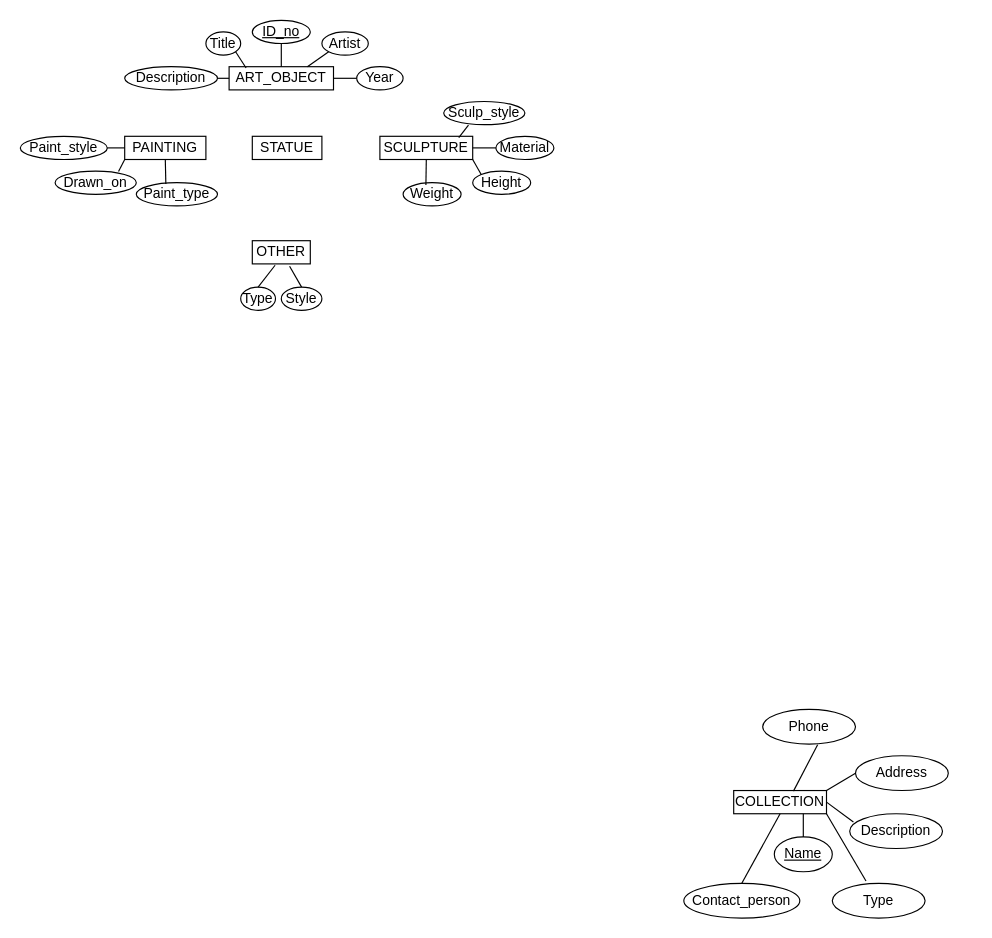
Before: .github/Untitled Diagram.drawio in Maan-Khedr-ENSF-300/museum-project-chantae-katherine, a draw.io diagram. Source tidied: cells renumbered, new cells numbered last; positions are measured from the earlier drawing's top-left corner, leaving out a move shared by most shapes. Both pictures are drawn from the tidied source at 116%, with x=0, y=0 at pixel (20, 20).
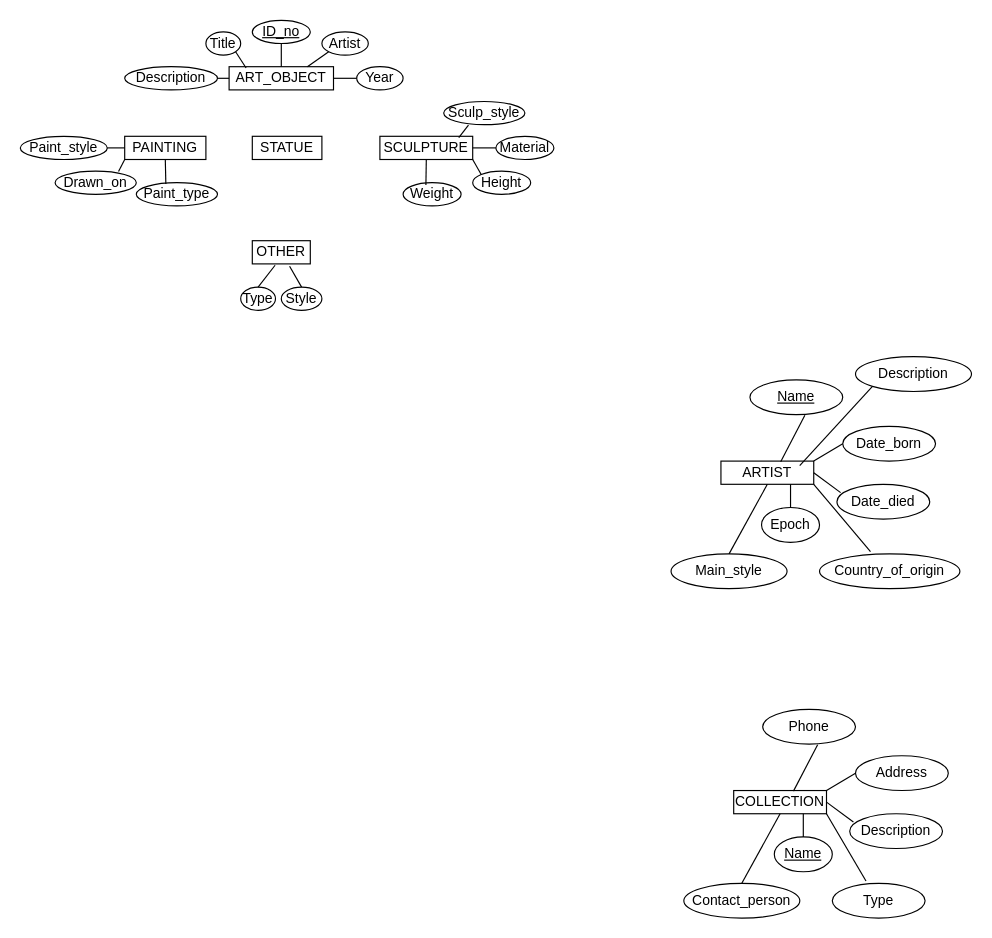
The same page after the edit.

Commit message:
Add ARTIST entity

The edit, as a diff of the source:
```diff
@@
+    <mxCell id="48" value="ARTIST" style="rounded=0;whiteSpace=wrap;html=1;" parent="1" vertex="1">
+      <mxGeometry x="604" y="380" width="80" height="20" as="geometry" />
+    </mxCell>
+    <mxCell id="49" value="Main_style" style="ellipse;whiteSpace=wrap;html=1;align=center;" parent="1" vertex="1">
+      <mxGeometry x="561" y="460" width="100" height="30" as="geometry" />
+    </mxCell>
+    <mxCell id="50" value="&lt;u&gt;Name&lt;/u&gt;" style="ellipse;whiteSpace=wrap;html=1;align=center;" parent="1" vertex="1">
+      <mxGeometry x="629" y="310" width="80" height="30" as="geometry" />
+    </mxCell>
+    <mxCell id="51" value="Date_born" style="ellipse;whiteSpace=wrap;html=1;align=center;" parent="1" vertex="1">
+      <mxGeometry x="709" y="350" width="80" height="30" as="geometry" />
+    </mxCell>
+    <mxCell id="52" value="Date_died" style="ellipse;whiteSpace=wrap;html=1;align=center;" parent="1" vertex="1">
+      <mxGeometry x="704" y="400" width="80" height="30" as="geometry" />
+    </mxCell>
+    <mxCell id="53" value="Country_of_origin" style="ellipse;whiteSpace=wrap;html=1;align=center;" parent="1" vertex="1">
+      <mxGeometry x="689" y="460" width="121" height="30" as="geometry" />
+    </mxCell>
+    <mxCell id="54" value="Epoch" style="ellipse;whiteSpace=wrap;html=1;align=center;" parent="1" vertex="1">
+      <mxGeometry x="639" y="420" width="50" height="30" as="geometry" />
+    </mxCell>
+    <mxCell id="55" style="endArrow=none;html=1;rounded=0;exitX=0.5;exitY=0;exitDx=0;exitDy=0;entryX=0.5;entryY=1;entryDx=0;entryDy=0;" parent="1" edge="1" source="49" target="48">
+      <mxGeometry relative="1" as="geometry" />
+    </mxCell>
+    <mxCell id="56" style="endArrow=none;html=1;rounded=0;entryX=0.5;entryY=0;entryDx=0;entryDy=0;exitX=0.75;exitY=1;exitDx=0;exitDy=0;" parent="1" edge="1" source="48" target="54">
+      <mxGeometry relative="1" as="geometry" />
+    </mxCell>
+    <mxCell id="57" style="endArrow=none;html=1;rounded=0;exitX=0.363;exitY=-0.067;exitDx=0;exitDy=0;exitPerimeter=0;entryX=1;entryY=1;entryDx=0;entryDy=0;" parent="1" edge="1" source="53" target="48">
+      <mxGeometry relative="1" as="geometry" />
+    </mxCell>
+    <mxCell id="58" style="endArrow=none;html=1;rounded=0;exitX=0.644;exitY=0.025;exitDx=0;exitDy=0;exitPerimeter=0;entryX=0.592;entryY=1.017;entryDx=0;entryDy=0;entryPerimeter=0;" parent="1" edge="1" source="48" target="50">
+      <mxGeometry relative="1" as="geometry" />
+    </mxCell>
+    <mxCell id="59" style="endArrow=none;html=1;rounded=0;exitX=1;exitY=0;exitDx=0;exitDy=0;entryX=0;entryY=0.5;entryDx=0;entryDy=0;" parent="1" edge="1" source="48" target="51">
+      <mxGeometry relative="1" as="geometry" />
+    </mxCell>
+    <mxCell id="60" style="endArrow=none;html=1;rounded=0;exitX=1;exitY=0.5;exitDx=0;exitDy=0;entryX=0.04;entryY=0.239;entryDx=0;entryDy=0;entryPerimeter=0;" parent="1" edge="1" source="48" target="52">
+      <mxGeometry relative="1" as="geometry" />
+    </mxCell>
+    <mxCell id="61" value="Description" style="ellipse;whiteSpace=wrap;html=1;align=center;" parent="1" vertex="1">
+      <mxGeometry x="720" y="290" width="100" height="30" as="geometry" />
+    </mxCell>
+    <mxCell id="62" style="endArrow=none;html=1;rounded=0;exitX=0.849;exitY=0.196;exitDx=0;exitDy=0;exitPerimeter=0;entryX=0;entryY=1;entryDx=0;entryDy=0;" parent="1" edge="1" source="48" target="61">
+      <mxGeometry relative="1" as="geometry" />
+    </mxCell>
```
